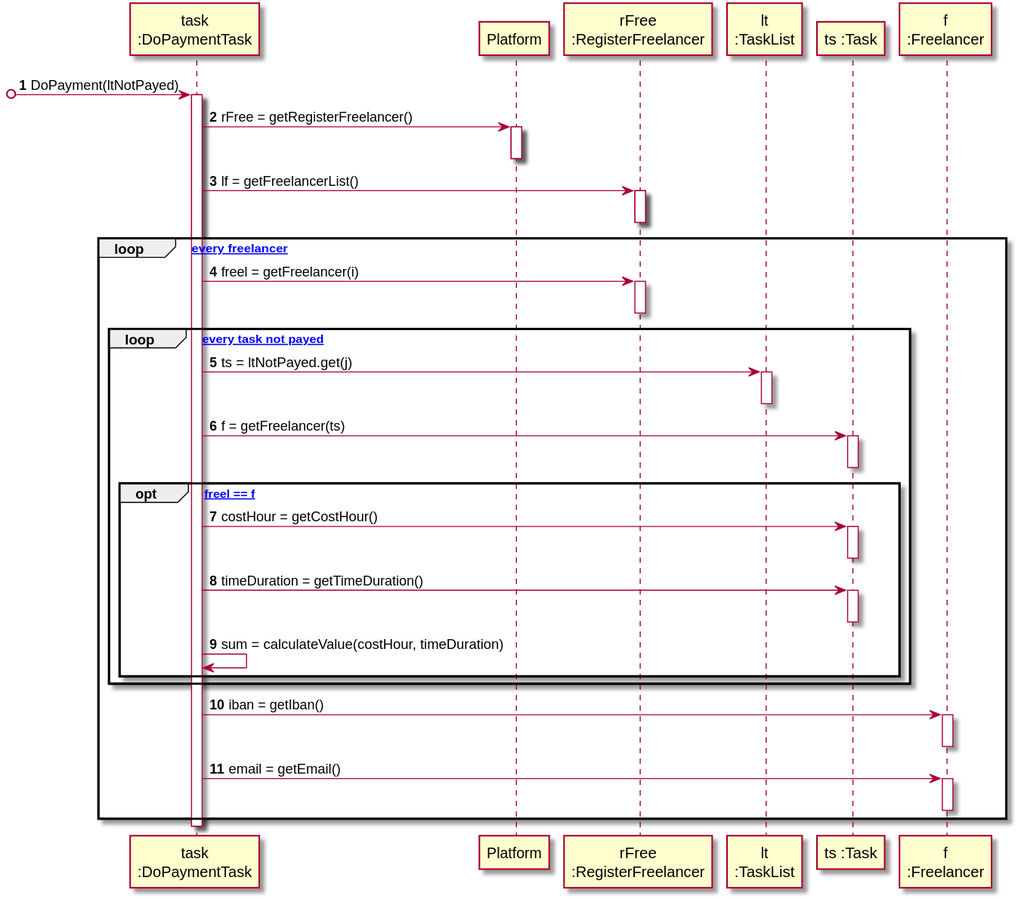
1190452/LAPR2 keeps this PlantUML diagram as docs/UC7 - Do Payment Automatically/UC7_SD_DoPayment.svg. Above is the earlier version. Its diagram source:
```plantuml
@startuml
autonumber

participant "task\n:DoPaymentTask" as TASK
participant "Platform" as P
participant "rFree\n:RegisterFreelancer" as RF
participant "lt\n:TaskList" as LT
participant "ts :Task" as T
participant "f\n:Freelancer" as F

[o-> TASK : DoPayment(ltNotPayed)
activate TASK

TASK -> P : rFree = getRegisterFreelancer()
activate P
deactivate P
TASK -> RF : lf = getFreelancerList()
activate RF
deactivate RF

loop [for every freelancer]
TASK -> RF : freel = getFreelancer(i)
activate RF
deactivate RF

loop [for every task not payed]

TASK -> LT : ts = ltNotPayed.get(j)
activate LT
deactivate LT


TASK -> T : f = getFreelancer(ts)
activate T
deactivate T

opt [if freel == f]

TASK -> T : costHour = getCostHour()
activate T
deactivate T

TASK -> T : timeDuration = getTimeDuration()
activate T
deactivate T

TASK -> TASK : sum = calculateValue(costHour, timeDuration)

end opt
end loop

TASK -> F : iban = getIban()
activate F
deactivate F

TASK -> F : email = getEmail()
activate F
deactivate F


end loop

deactivate TASK
@enduml
```
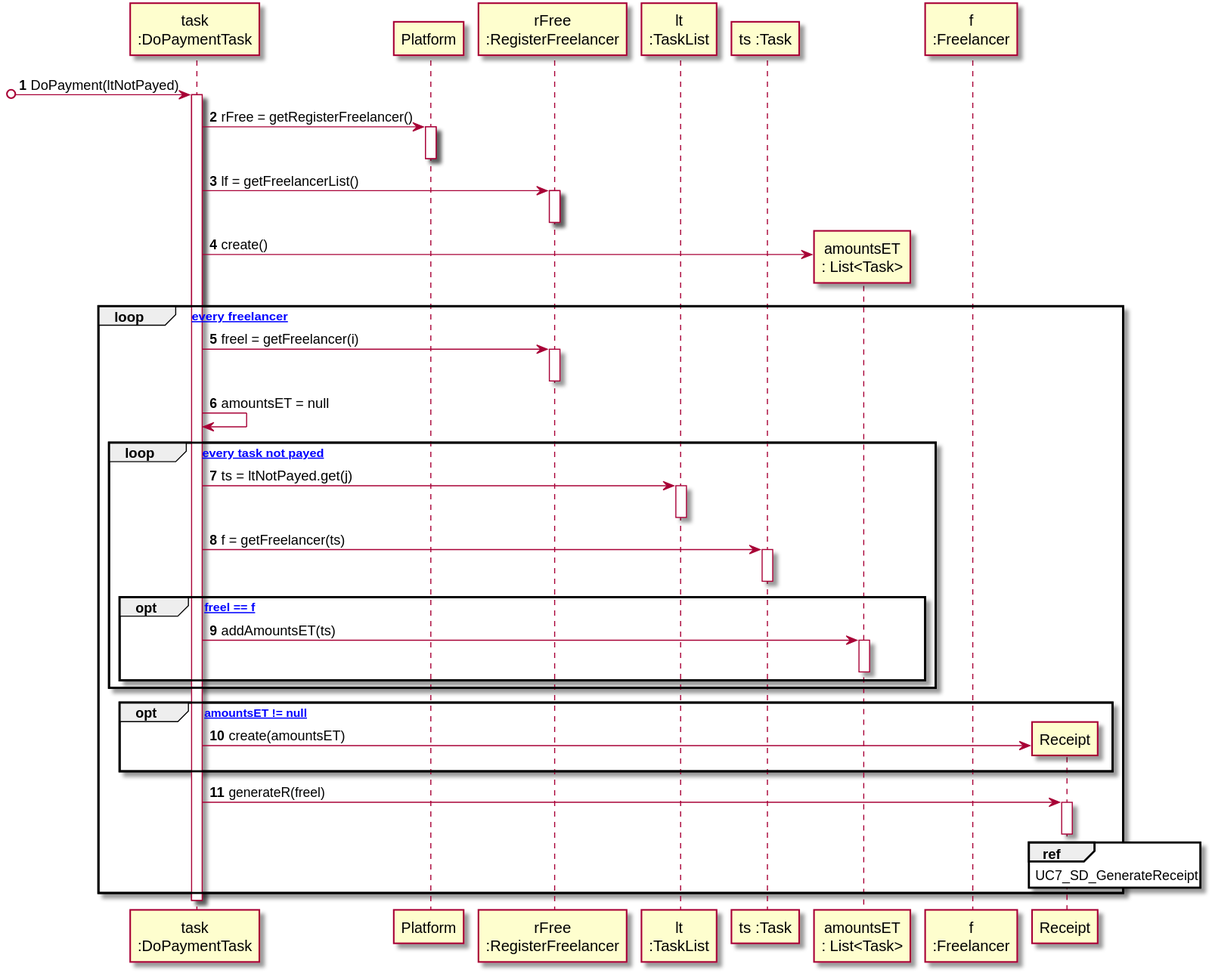
Later version of the same file.

Diff of the diagram source:
```diff
@@ -6,10 +6,13 @@
 participant "rFree\n:RegisterFreelancer" as RF
 participant "lt\n:TaskList" as LT
 participant "ts :Task" as T
+participant "amountsET\n: List<Task>" as LTS
 participant "f\n:Freelancer" as F
+participant "Receipt" as R
 
 [o-> TASK : DoPayment(ltNotPayed)
 activate TASK
+
 
 TASK -> P : rFree = getRegisterFreelancer()
 activate P
@@ -18,10 +21,14 @@
 activate RF
 deactivate RF
 
+TASK -> LTS** : create()
+
 loop [for every freelancer]
 TASK -> RF : freel = getFreelancer(i)
 activate RF
 deactivate RF
+
+TASK -> TASK : amountsET = null
 
 loop [for every task not payed]
 
@@ -36,27 +43,23 @@
 
 opt [if freel == f]
 
-TASK -> T : costHour = getCostHour()
-activate T
-deactivate T
 
-TASK -> T : timeDuration = getTimeDuration()
-activate T
-deactivate T
 
-TASK -> TASK : sum = calculateValue(costHour, timeDuration)
+TASK -> LTS : addAmountsET(ts)
+activate LTS
+deactivate LTS
 
 end opt
 end loop
+opt [if amountsET != null]
+TASK -> R** : create(amountsET)
+end opt
 
-TASK -> F : iban = getIban()
-activate F
-deactivate F
 
-TASK -> F : email = getEmail()
-activate F
-deactivate F
-
+TASK -> R : generateR(freel)
+activate R
+deactivate R
+ref over R : UC7_SD_GenerateReceipt
 
 end loop
 
```
